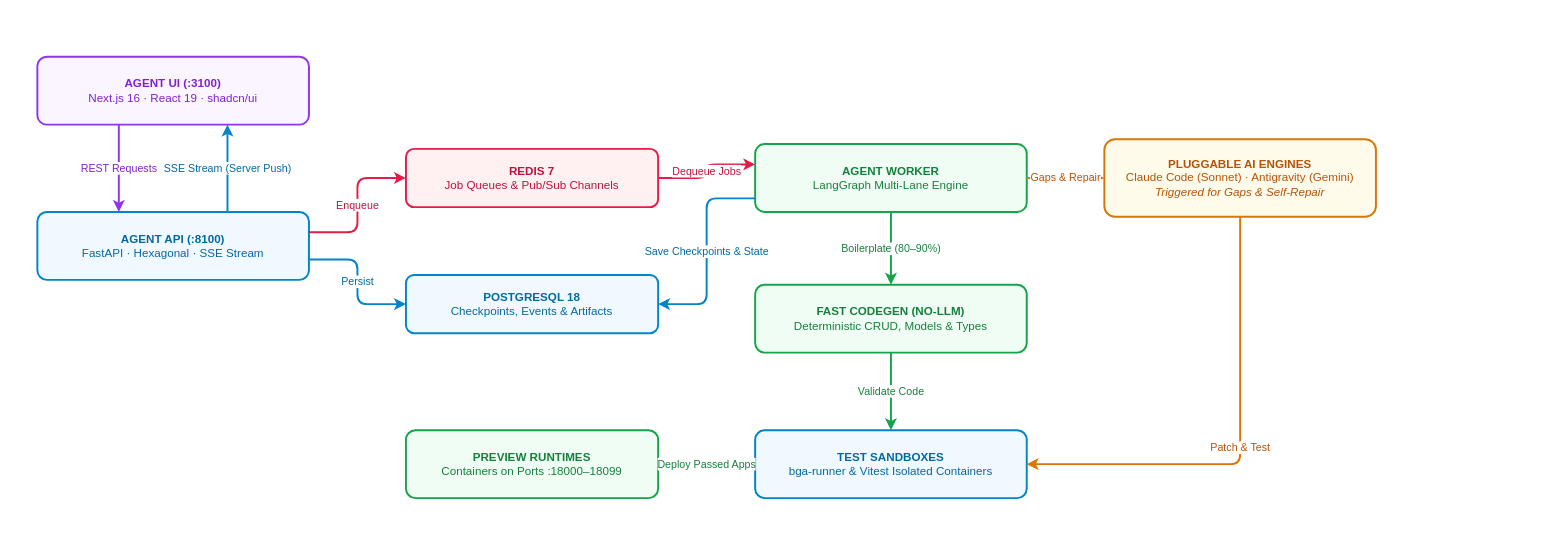
Above: docs/diagrams/technical-architecture.drawio in longtk26/fullstack-agent (draw.io), before the change. Source tidied: cells renumbered, new cells numbered last; positions are measured from the earlier drawing's top-left corner, leaving out a move shared by most shapes. Both pictures are drawn from the tidied source at 97%, with x=0, y=0 at pixel (37, 56).
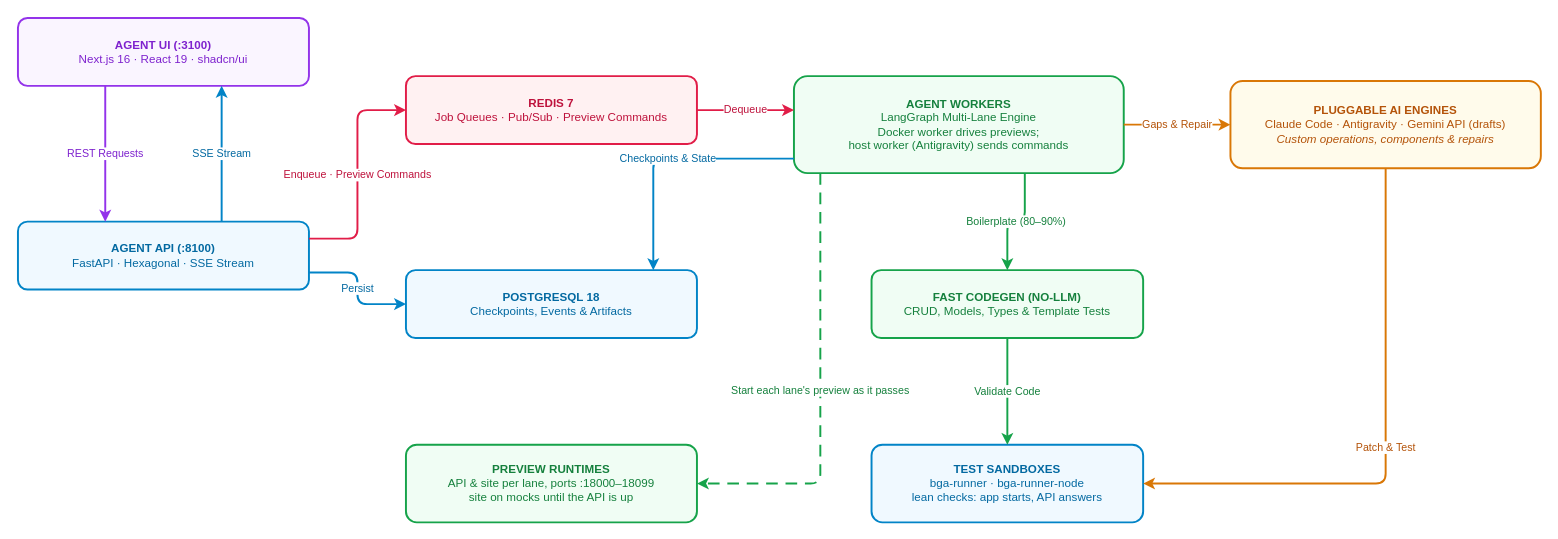
After the change.

Diff of the diagram source:
```diff
@@
-    <mxCell id="2" value="&lt;b&gt;AGENT UI (:3100)&lt;/b&gt;&lt;br/&gt;Next.js 16 · React 19 · shadcn/ui" style="rounded=1;whiteSpace=wrap;html=1;convertToSvg=1;fillColor=#faf5ff;strokeColor=#9333ea;fontColor=#7e22ce;strokeWidth=2;arcSize=14;" parent="1" vertex="1">
-      <mxGeometry width="280" height="70" as="geometry" />
+    <mxCell id="2" value="&lt;b&gt;AGENT UI (:3100)&lt;/b&gt;&lt;br/&gt;Next.js 16 · React 19 · shadcn/ui" style="rounded=1;arcSize=14;whiteSpace=wrap;html=1;fillColor=#faf5ff;strokeColor=#9333ea;fontColor=#7e22ce;strokeWidth=2;align=center;spacing=8;" parent="1" vertex="1">
+      <mxGeometry x="-20" y="-40" width="300" height="70" as="geometry" />
     </mxCell>
-    <mxCell id="3" value="&lt;b&gt;AGENT API (:8100)&lt;/b&gt;&lt;br/&gt;FastAPI · Hexagonal · SSE Stream" style="rounded=1;whiteSpace=wrap;html=1;convertToSvg=1;fillColor=#f0f9ff;strokeColor=#0284c7;fontColor=#0369a1;strokeWidth=2;arcSize=14;" parent="1" vertex="1">
-      <mxGeometry y="160" width="280" height="70" as="geometry" />
+    <mxCell id="3" value="&lt;b&gt;AGENT API (:8100)&lt;/b&gt;&lt;br/&gt;FastAPI · Hexagonal · SSE Stream" style="rounded=1;arcSize=14;whiteSpace=wrap;html=1;fillColor=#f0f9ff;strokeColor=#0284c7;fontColor=#0369a1;strokeWidth=2;align=center;spacing=8;" parent="1" vertex="1">
+      <mxGeometry x="-20" y="170" width="300" height="70" as="geometry" />
     </mxCell>
-    <mxCell id="4" value="&lt;b&gt;REDIS 7&lt;/b&gt;&lt;br/&gt;Job Queues &amp;amp; Pub/Sub Channels" style="rounded=1;whiteSpace=wrap;html=1;convertToSvg=1;fillColor=#fff1f2;strokeColor=#e11d48;fontColor=#be123c;strokeWidth=2;arcSize=14;" parent="1" vertex="1">
-      <mxGeometry x="380" y="95" width="260" height="60" as="geometry" />
+    <mxCell id="4" value="&lt;b&gt;REDIS 7&lt;/b&gt;&lt;br/&gt;Job Queues · Pub/Sub · Preview Commands" style="rounded=1;arcSize=14;whiteSpace=wrap;html=1;fillColor=#fff1f2;strokeColor=#e11d48;fontColor=#be123c;strokeWidth=2;align=center;spacing=8;" parent="1" vertex="1">
+      <mxGeometry x="380" y="20" width="300" height="70" as="geometry" />
     </mxCell>
-    <mxCell id="5" value="&lt;b&gt;POSTGRESQL 18&lt;/b&gt;&lt;br/&gt;Checkpoints, Events &amp;amp; Artifacts" style="rounded=1;whiteSpace=wrap;html=1;convertToSvg=1;fillColor=#f0f9ff;strokeColor=#0284c7;fontColor=#0369a1;strokeWidth=2;arcSize=14;" parent="1" vertex="1">
-      <mxGeometry x="380" y="225" width="260" height="60" as="geometry" />
+    <mxCell id="5" value="&lt;b&gt;POSTGRESQL 18&lt;/b&gt;&lt;br/&gt;Checkpoints, Events &amp;amp; Artifacts" style="rounded=1;arcSize=14;whiteSpace=wrap;html=1;fillColor=#f0f9ff;strokeColor=#0284c7;fontColor=#0369a1;strokeWidth=2;align=center;spacing=8;" parent="1" vertex="1">
+      <mxGeometry x="380" y="220" width="300" height="70" as="geometry" />
     </mxCell>
-    <mxCell id="6" value="&lt;b&gt;AGENT WORKER&lt;/b&gt;&lt;br/&gt;LangGraph Multi-Lane Engine" style="rounded=1;whiteSpace=wrap;html=1;convertToSvg=1;fillColor=#f0fdf4;strokeColor=#16a34a;fontColor=#15803d;strokeWidth=2;arcSize=14;" parent="1" vertex="1">
-      <mxGeometry x="740" y="90" width="280" height="70" as="geometry" />
+    <mxCell id="6" value="&lt;b&gt;AGENT WORKERS&lt;/b&gt;&lt;br/&gt;LangGraph Multi-Lane Engine&lt;br/&gt;Docker worker drives previews;&lt;br/&gt;host worker (Antigravity) sends commands" style="rounded=1;arcSize=14;whiteSpace=wrap;html=1;fillColor=#f0fdf4;strokeColor=#16a34a;fontColor=#15803d;strokeWidth=2;align=center;spacing=8;" parent="1" vertex="1">
+      <mxGeometry x="780" y="20" width="340" height="100" as="geometry" />
     </mxCell>
-    <mxCell id="7" value="&lt;b&gt;FAST CODEGEN (NO-LLM)&lt;/b&gt;&lt;br/&gt;Deterministic CRUD, Models &amp;amp; Types" style="rounded=1;whiteSpace=wrap;html=1;convertToSvg=1;fillColor=#f0fdf4;strokeColor=#16a34a;fontColor=#15803d;strokeWidth=2;arcSize=14;" parent="1" vertex="1">
-      <mxGeometry x="740" y="235" width="280" height="70" as="geometry" />
+    <mxCell id="7" value="&lt;b&gt;FAST CODEGEN (NO-LLM)&lt;/b&gt;&lt;br/&gt;CRUD, Models, Types &amp;amp; Template Tests" style="rounded=1;arcSize=14;whiteSpace=wrap;html=1;fillColor=#f0fdf4;strokeColor=#16a34a;fontColor=#15803d;strokeWidth=2;align=center;spacing=8;" parent="1" vertex="1">
+      <mxGeometry x="860" y="220" width="280" height="70" as="geometry" />
     </mxCell>
-    <mxCell id="8" value="&lt;b&gt;PLUGGABLE AI ENGINES&lt;/b&gt;&lt;br/&gt;Claude Code (Sonnet) · Antigravity (Gemini)&lt;br/&gt;&lt;i&gt;Triggered for Gaps &amp;amp; Self-Repair&lt;/i&gt;" style="rounded=1;whiteSpace=wrap;html=1;convertToSvg=1;fillColor=#fffbeb;strokeColor=#d97706;fontColor=#b45309;strokeWidth=2;arcSize=14;" parent="1" vertex="1">
-      <mxGeometry x="1100" y="85" width="280" height="80" as="geometry" />
-    </mxCell>
+    <mxCell id="22" value="&lt;b&gt;PLUGGABLE AI ENGINES&lt;/b&gt;&lt;br/&gt;Claude Code · Antigravity · Gemini API (drafts)&lt;br/&gt;&lt;i&gt;Custom operations, components &amp;amp; repairs&lt;/i&gt;" style="rounded=1;arcSize=14;whiteSpace=wrap;html=1;fillColor=#fffbeb;strokeColor=#d97706;fontColor=#b45309;strokeWidth=2;align=center;spacing=8;" parent="1" vertex="1">
+      <mxGeometry x="1230" y="25" width="320" height="90" as="geometry" />
+    </mxCell>
-    <mxCell id="9" value="&lt;b&gt;TEST SANDBOXES&lt;/b&gt;&lt;br/&gt;bga-runner &amp;amp; Vitest Isolated Containers" style="rounded=1;whiteSpace=wrap;html=1;convertToSvg=1;fillColor=#f0f9ff;strokeColor=#0284c7;fontColor=#0369a1;strokeWidth=2;arcSize=14;" parent="1" vertex="1">
-      <mxGeometry x="740" y="385" width="280" height="70" as="geometry" />
+    <mxCell id="9" value="&lt;b&gt;TEST SANDBOXES&lt;/b&gt;&lt;br/&gt;bga-runner · bga-runner-node&lt;br/&gt;lean checks: app starts, API answers" style="rounded=1;arcSize=14;whiteSpace=wrap;html=1;fillColor=#f0f9ff;strokeColor=#0284c7;fontColor=#0369a1;strokeWidth=2;align=center;spacing=8;" parent="1" vertex="1">
+      <mxGeometry x="860" y="400" width="280" height="80" as="geometry" />
     </mxCell>
-    <mxCell id="10" value="&lt;b&gt;PREVIEW RUNTIMES&lt;/b&gt;&lt;br/&gt;Containers on Ports :18000–18099" style="rounded=1;whiteSpace=wrap;html=1;convertToSvg=1;fillColor=#f0fdf4;strokeColor=#16a34a;fontColor=#15803d;strokeWidth=2;arcSize=14;" parent="1" vertex="1">
-      <mxGeometry x="380" y="385" width="260" height="70" as="geometry" />
+    <mxCell id="10" value="&lt;b&gt;PREVIEW RUNTIMES&lt;/b&gt;&lt;br/&gt;API &amp;amp; site per lane, ports :18000–18099&lt;br/&gt;site on mocks until the API is up" style="rounded=1;arcSize=14;whiteSpace=wrap;html=1;fillColor=#f0fdf4;strokeColor=#16a34a;fontColor=#15803d;strokeWidth=2;align=center;spacing=8;" parent="1" vertex="1">
+      <mxGeometry x="380" y="400" width="300" height="80" as="geometry" />
     </mxCell>
-    <mxCell id="11" value="REST Requests" style="edgeStyle=orthogonalEdgeStyle;rounded=1;jettySize=auto;html=1;strokeColor=#9333ea;strokeWidth=2;fontColor=#7e22ce;exitX=0.3;exitY=1;entryX=0.3;entryY=0;" parent="1" edge="1" source="2" target="3">
+    <mxCell id="11" value="REST Requests" style="edgeStyle=orthogonalEdgeStyle;rounded=1;jettySize=auto;html=1;strokeColor=#9333ea;fontColor=#7e22ce;strokeWidth=2;labelBackgroundColor=#ffffff;fontSize=11;exitX=0.3;exitY=1;entryX=0.3;entryY=0;" parent="1" edge="1" source="2" target="3">
       <mxGeometry relative="1" as="geometry" />
     </mxCell>
-    <mxCell id="12" value="SSE Stream (Server Push)" style="edgeStyle=orthogonalEdgeStyle;rounded=1;jettySize=auto;html=1;strokeColor=#0284c7;strokeWidth=2;fontColor=#0369a1;exitX=0.7;exitY=0;entryX=0.7;entryY=1;" parent="1" edge="1" source="3" target="2">
+    <mxCell id="12" value="SSE Stream" style="edgeStyle=orthogonalEdgeStyle;rounded=1;jettySize=auto;html=1;strokeColor=#0284c7;fontColor=#0369a1;strokeWidth=2;labelBackgroundColor=#ffffff;fontSize=11;exitX=0.7;exitY=0;entryX=0.7;entryY=1;" parent="1" edge="1" source="3" target="2">
       <mxGeometry relative="1" as="geometry" />
     </mxCell>
-    <mxCell id="13" value="Enqueue" style="edgeStyle=orthogonalEdgeStyle;rounded=1;jettySize=auto;html=1;strokeColor=#e11d48;strokeWidth=2;fontColor=#be123c;exitX=1;exitY=0.3;entryX=0;entryY=0.5;" parent="1" edge="1" source="3" target="4">
+    <mxCell id="13" value="Enqueue · Preview Commands" style="edgeStyle=orthogonalEdgeStyle;rounded=1;jettySize=auto;html=1;strokeColor=#e11d48;fontColor=#be123c;strokeWidth=2;labelBackgroundColor=#ffffff;fontSize=11;exitX=1;exitY=0.25;entryX=0;entryY=0.5;" parent="1" edge="1" source="3" target="4">
       <mxGeometry relative="1" as="geometry" />
     </mxCell>
-    <mxCell id="14" value="Persist" style="edgeStyle=orthogonalEdgeStyle;rounded=1;jettySize=auto;html=1;strokeColor=#0284c7;strokeWidth=2;fontColor=#0369a1;exitX=1;exitY=0.7;entryX=0;entryY=0.5;" parent="1" edge="1" source="3" target="5">
+    <mxCell id="14" value="Persist" style="edgeStyle=orthogonalEdgeStyle;rounded=1;jettySize=auto;html=1;strokeColor=#0284c7;fontColor=#0369a1;strokeWidth=2;labelBackgroundColor=#ffffff;fontSize=11;exitX=1;exitY=0.75;entryX=0;entryY=0.5;" parent="1" edge="1" source="3" target="5">
       <mxGeometry relative="1" as="geometry" />
     </mxCell>
-    <mxCell id="15" value="Dequeue Jobs" style="edgeStyle=orthogonalEdgeStyle;rounded=1;jettySize=auto;html=1;strokeColor=#e11d48;strokeWidth=2;fontColor=#be123c;exitX=1;exitY=0.5;entryX=0;entryY=0.3;" parent="1" edge="1" source="4" target="6">
+    <mxCell id="15" value="Dequeue" style="edgeStyle=orthogonalEdgeStyle;rounded=1;jettySize=auto;html=1;strokeColor=#e11d48;fontColor=#be123c;strokeWidth=2;labelBackgroundColor=#ffffff;fontSize=11;exitX=1;exitY=0.5;entryX=0;entryY=0.35;" parent="1" edge="1" source="4" target="6">
       <mxGeometry relative="1" as="geometry" />
     </mxCell>
-    <mxCell id="16" value="Save Checkpoints &amp;amp; State" style="edgeStyle=orthogonalEdgeStyle;rounded=1;jettySize=auto;html=1;strokeColor=#0284c7;strokeWidth=2;fontColor=#0369a1;exitX=0;exitY=0.8;entryX=1;entryY=0.5;" parent="1" edge="1" source="6" target="5">
+    <mxCell id="16" value="Checkpoints &amp;amp; State" style="edgeStyle=orthogonalEdgeStyle;rounded=1;jettySize=auto;html=1;strokeColor=#0284c7;fontColor=#0369a1;strokeWidth=2;labelBackgroundColor=#ffffff;fontSize=11;exitX=0;exitY=0.85;entryX=0.85;entryY=0;" parent="1" edge="1" source="6" target="5">
       <mxGeometry relative="1" as="geometry" />
     </mxCell>
-    <mxCell id="17" value="Boilerplate (80–90%)" style="edgeStyle=orthogonalEdgeStyle;rounded=1;jettySize=auto;html=1;strokeColor=#16a34a;strokeWidth=2;fontColor=#15803d;exitX=0.5;exitY=1;entryX=0.5;entryY=0;" parent="1" edge="1" source="6" target="7">
+    <mxCell id="17" value="Boilerplate (80–90%)" style="edgeStyle=orthogonalEdgeStyle;rounded=1;jettySize=auto;html=1;strokeColor=#16a34a;fontColor=#15803d;strokeWidth=2;labelBackgroundColor=#ffffff;fontSize=11;exitX=0.7;exitY=1;entryX=0.5;entryY=0;" parent="1" edge="1" source="6" target="7">
       <mxGeometry relative="1" as="geometry" />
     </mxCell>
-    <mxCell id="18" value="Gaps &amp;amp; Repair" style="edgeStyle=orthogonalEdgeStyle;rounded=1;jettySize=auto;html=1;strokeColor=#d97706;strokeWidth=2;fontColor=#b45309;exitX=1;exitY=0.5;entryX=0;entryY=0.5;" parent="1" edge="1" source="6" target="8">
+    <mxCell id="18" value="Gaps &amp;amp; Repair" style="edgeStyle=orthogonalEdgeStyle;rounded=1;jettySize=auto;html=1;strokeColor=#d97706;fontColor=#b45309;strokeWidth=2;labelBackgroundColor=#ffffff;fontSize=11;" parent="1" edge="1" source="6" target="22">
       <mxGeometry relative="1" as="geometry" />
     </mxCell>
-    <mxCell id="19" value="Validate Code" style="edgeStyle=orthogonalEdgeStyle;rounded=1;jettySize=auto;html=1;strokeColor=#16a34a;strokeWidth=2;fontColor=#15803d;exitX=0.5;exitY=1;entryX=0.5;entryY=0;" parent="1" edge="1" source="7" target="9">
+    <mxCell id="19" value="Validate Code" style="edgeStyle=orthogonalEdgeStyle;rounded=1;jettySize=auto;html=1;strokeColor=#16a34a;fontColor=#15803d;strokeWidth=2;labelBackgroundColor=#ffffff;fontSize=11;" parent="1" edge="1" source="7" target="9">
       <mxGeometry relative="1" as="geometry" />
     </mxCell>
-    <mxCell id="20" value="Patch &amp;amp; Test" style="edgeStyle=orthogonalEdgeStyle;rounded=1;jettySize=auto;html=1;strokeColor=#d97706;strokeWidth=2;fontColor=#b45309;exitX=0.5;exitY=1;entryX=1;entryY=0.5;" parent="1" edge="1" source="8" target="9">
+    <mxCell id="20" value="Patch &amp;amp; Test" style="edgeStyle=orthogonalEdgeStyle;rounded=1;jettySize=auto;html=1;strokeColor=#d97706;fontColor=#b45309;strokeWidth=2;labelBackgroundColor=#ffffff;fontSize=11;exitX=0.5;exitY=1;entryX=1;entryY=0.5;" parent="1" edge="1" source="22" target="9">
       <mxGeometry relative="1" as="geometry" />
     </mxCell>
-    <mxCell id="21" value="Deploy Passed Apps" style="edgeStyle=orthogonalEdgeStyle;rounded=1;jettySize=auto;html=1;strokeColor=#16a34a;strokeWidth=2;fontColor=#15803d;exitX=0;exitY=0.5;entryX=1;entryY=0.5;" parent="1" edge="1" source="9" target="10">
-      <mxGeometry relative="1" as="geometry" />
-    </mxCell>
+    <mxCell id="23" value="Start each lane's preview as it passes" style="edgeStyle=orthogonalEdgeStyle;rounded=1;jettySize=auto;html=1;strokeColor=#16a34a;fontColor=#15803d;strokeWidth=2;labelBackgroundColor=#ffffff;fontSize=11;dashed=1;dashPattern=6 4;exitX=0.08;exitY=1;entryX=1;entryY=0.5;" parent="1" edge="1" source="6" target="10">
+      <mxGeometry relative="1" as="geometry">
+        <Array as="points">
+          <mxPoint x="807" y="440" />
+        </Array>
+      </mxGeometry>
+    </mxCell>
```
